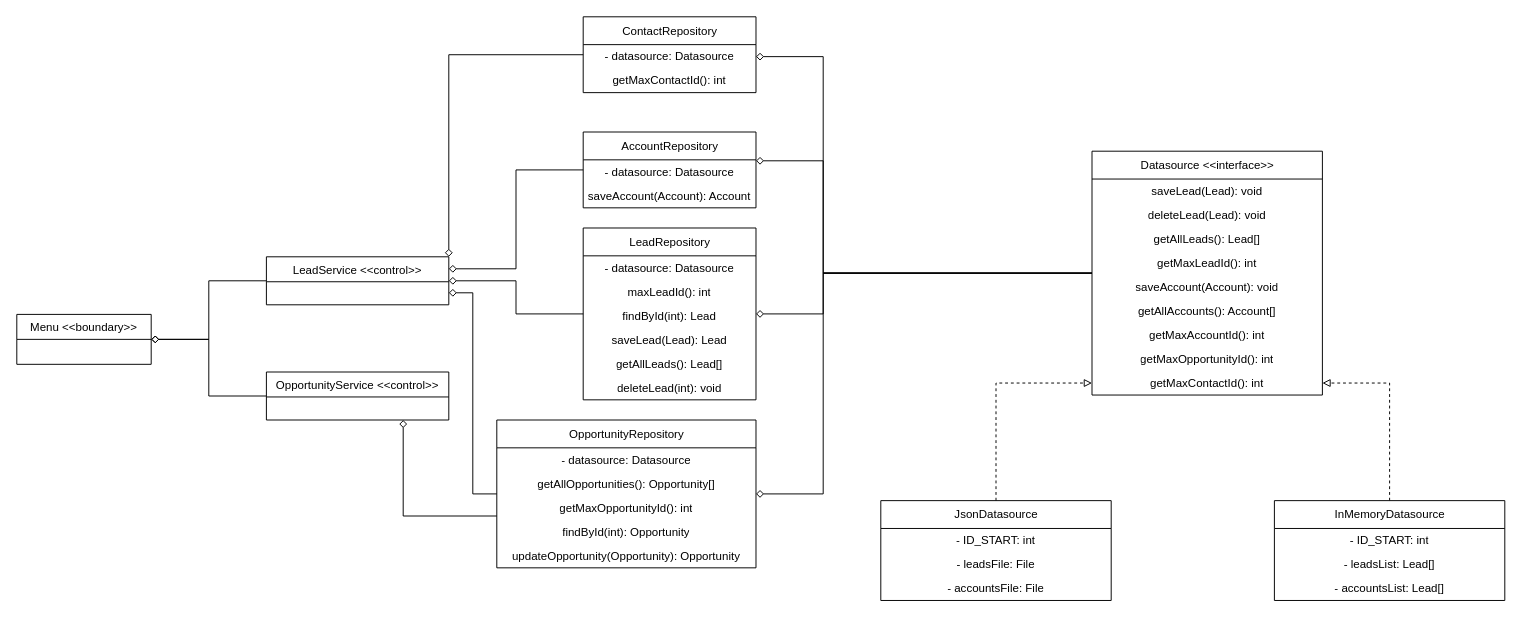
Earlier version of the draw.io diagram docs/CRM-ArchDiagram.drawio (J3-PT-Java-Bootcamp/Team5-CRM). Source tidied: cells renumbered, new cells numbered last; positions are measured from the earlier drawing's top-left corner, leaving out a move shared by most shapes. Both pictures are drawn from the tidied source at 96%, with x=0, y=0 at pixel (16, 16).
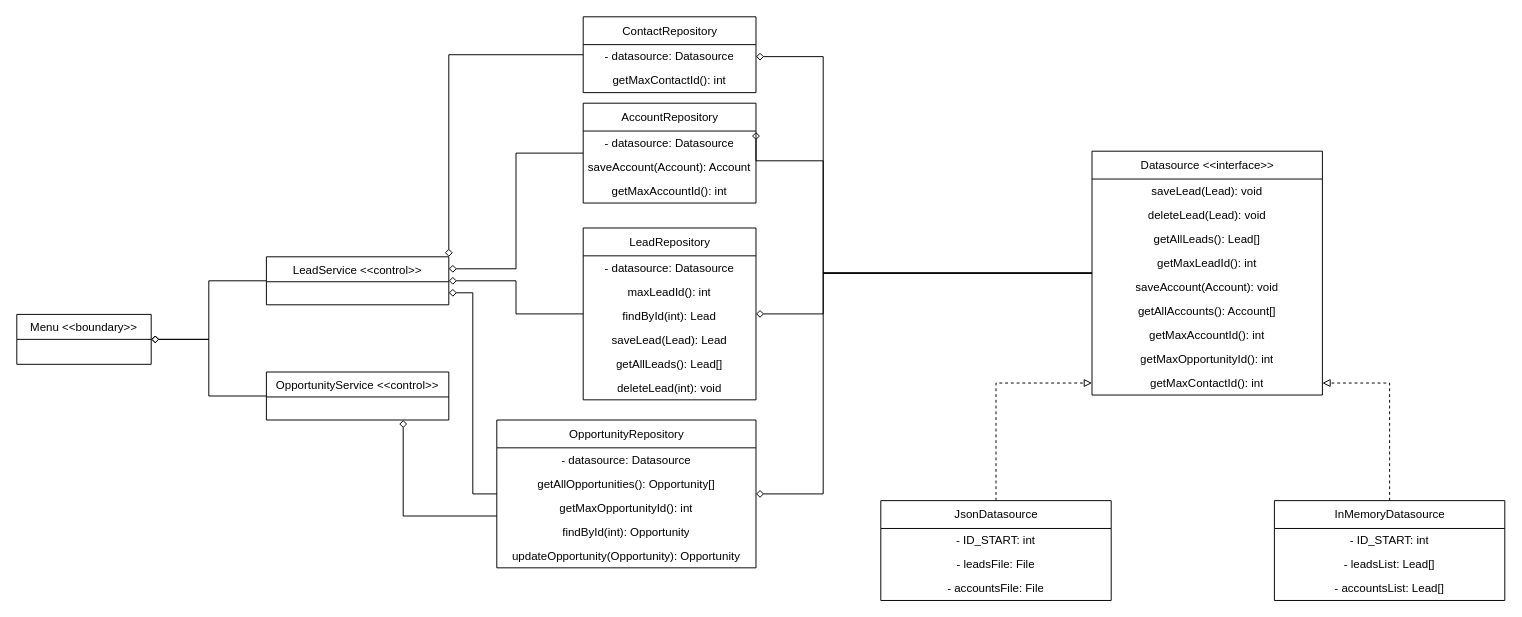
The same diagram, later.

The edit, as a diff of the source:
```diff
@@
     <mxCell id="27" value="&lt;span style=&quot;font-weight: normal;&quot;&gt;AccountRepository&lt;/span&gt;" style="swimlane;fontStyle=1;align=center;verticalAlign=middle;horizontal=1;startSize=29;html=1;" parent="1" vertex="1">
-      <mxGeometry x="590" y="120" width="180" height="79" as="geometry" />
+      <mxGeometry x="590" y="90" width="180" height="104" as="geometry" />
     </mxCell>
@@
+    <mxCell id="55" value="getMaxAccountId(): int" style="text;html=1;strokeColor=none;fillColor=none;align=center;verticalAlign=middle;spacingLeft=4;spacingRight=4;overflow=hidden;" parent="27" vertex="1">
+      <mxGeometry y="79" width="180" height="25" as="geometry" />
+    </mxCell>
```
